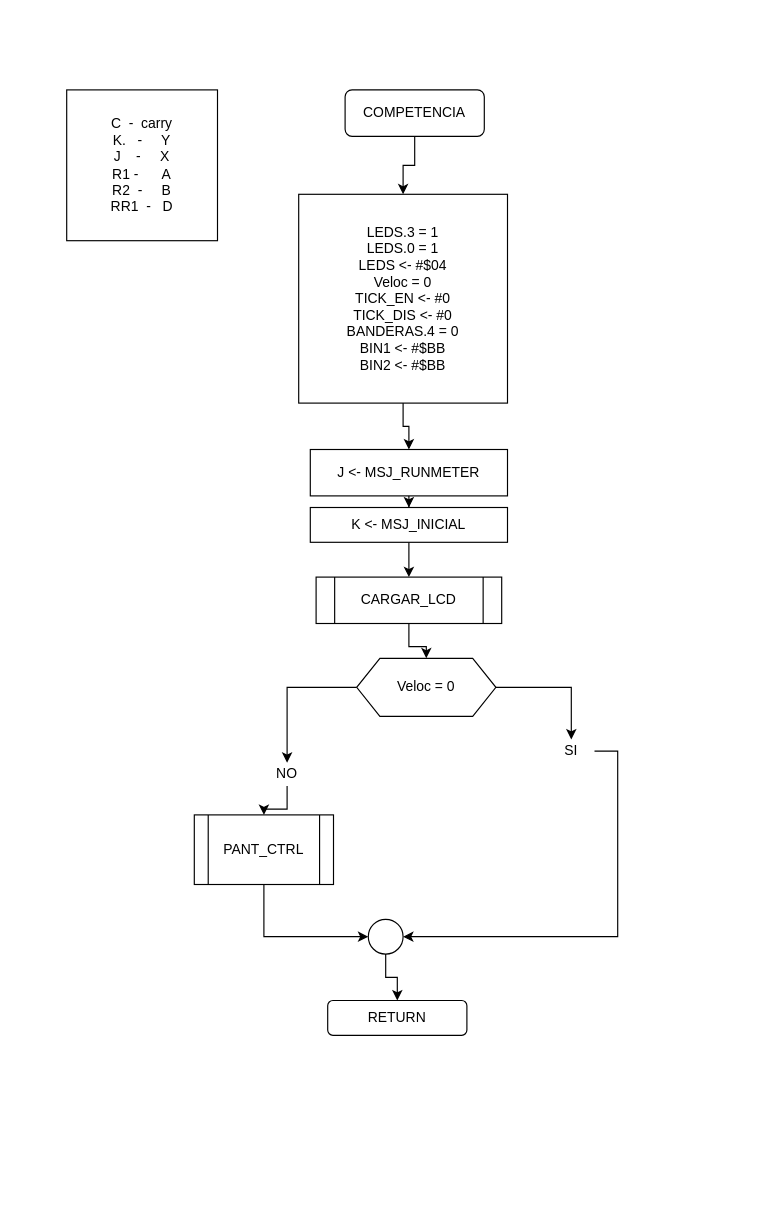
Before: 8_runmeter623/diagrams/18_competencia.drawio in brown9804/Dragon12_MC9S12DP256, a draw.io diagram. Source tidied: cells renumbered, new cells numbered last; positions are measured from the earlier drawing's top-left corner, leaving out a move shared by most shapes. Both pictures are drawn from the tidied source at 116%, with x=0, y=0 at pixel (66, 89).
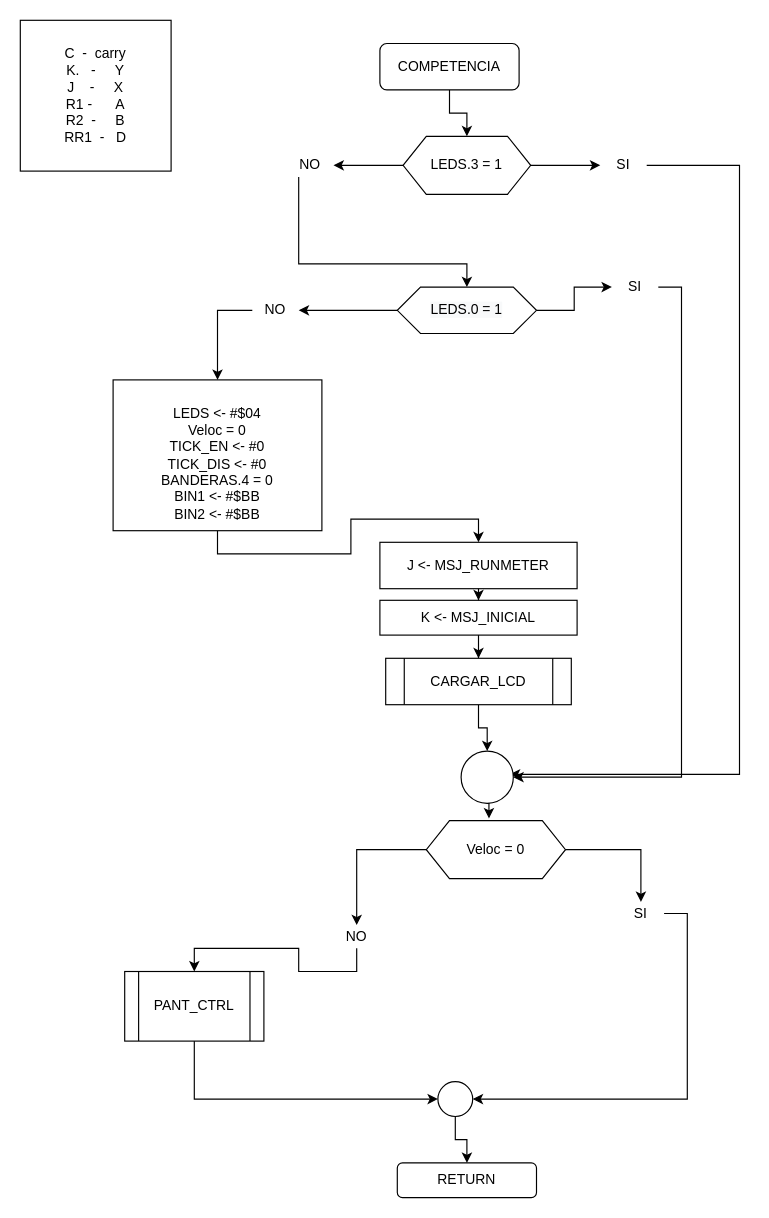
After the change.

What changed in the source:
```diff
@@
-    <mxCell id="2" style="edgeStyle=orthogonalEdgeStyle;rounded=0;jettySize=auto;html=1;exitX=0.5;exitY=1;exitDx=0;exitDy=0;" parent="1" edge="1" source="3" target="5">
-      <mxGeometry relative="1" as="geometry" />
-    </mxCell>
+    <mxCell id="25" style="edgeStyle=orthogonalEdgeStyle;rounded=0;jettySize=auto;html=1;exitX=0.5;exitY=1;exitDx=0;exitDy=0;entryX=0.5;entryY=0;entryDx=0;entryDy=0;" parent="1" edge="1" source="3" target="40">
+      <mxGeometry relative="1" as="geometry" />
+    </mxCell>
     <mxCell id="3" value="COMPETENCIA" style="rounded=1;whiteSpace=wrap;html=1;" parent="1" vertex="1">
-      <mxGeometry x="240" width="120" height="40" as="geometry" />
+      <mxGeometry x="270" y="-40" width="120" height="40" as="geometry" />
     </mxCell>
-    <mxCell id="4" style="edgeStyle=orthogonalEdgeStyle;rounded=0;jettySize=auto;html=1;exitX=0.5;exitY=1;exitDx=0;exitDy=0;" parent="1" edge="1" source="5" target="7">
-      <mxGeometry relative="1" as="geometry" />
-    </mxCell>
-    <mxCell id="5" value="LEDS.3 = 1&lt;br&gt;LEDS.0 = 1&lt;br&gt;LEDS &amp;lt;- #$04&lt;br&gt;Veloc = 0&lt;br&gt;TICK_EN &amp;lt;- #0&lt;br&gt;TICK_DIS &amp;lt;- #0&lt;br&gt;BANDERAS.4 = 0&lt;br&gt;BIN1 &amp;lt;-&amp;nbsp;#$BB&lt;br&gt;BIN2 &amp;lt;- #$BB" style="rounded=0;whiteSpace=wrap;html=1;" parent="1" vertex="1">
-      <mxGeometry x="200" y="90" width="180" height="180" as="geometry" />
-    </mxCell>
+    <mxCell id="26" style="edgeStyle=orthogonalEdgeStyle;rounded=0;jettySize=auto;html=1;exitX=0.5;exitY=1;exitDx=0;exitDy=0;" parent="1" edge="1" source="27" target="7">
+      <mxGeometry relative="1" as="geometry" />
+    </mxCell>
+    <mxCell id="27" value="&lt;br&gt;LEDS &amp;lt;- #$04&lt;br&gt;Veloc = 0&lt;br&gt;TICK_EN &amp;lt;- #0&lt;br&gt;TICK_DIS &amp;lt;- #0&lt;br&gt;BANDERAS.4 = 0&lt;br&gt;BIN1 &amp;lt;-&amp;nbsp;#$BB&lt;br&gt;BIN2 &amp;lt;- #$BB" style="rounded=0;whiteSpace=wrap;html=1;" parent="1" vertex="1">
+      <mxGeometry x="40" y="250" width="180" height="130" as="geometry" />
+    </mxCell>
@@
     <mxCell id="7" value="J &amp;lt;- MSJ_RUNMETER" style="rounded=0;whiteSpace=wrap;html=1;" parent="1" vertex="1">
-      <mxGeometry x="210" y="310" width="170" height="40" as="geometry" />
+      <mxGeometry x="270" y="390" width="170" height="40" as="geometry" />
     </mxCell>
     <mxCell id="8" value="C &amp;nbsp;- &amp;nbsp;carry&lt;br&gt;K. &amp;nbsp; - &amp;nbsp; &amp;nbsp; Y&lt;br&gt;J &amp;nbsp; &amp;nbsp;- &amp;nbsp; &amp;nbsp; X&lt;br&gt;R1 - &amp;nbsp; &amp;nbsp; &amp;nbsp;A&lt;br&gt;R2 &amp;nbsp;- &amp;nbsp; &amp;nbsp; B&lt;br&gt;RR1 &amp;nbsp;- &amp;nbsp; D" style="whiteSpace=wrap;html=1;" parent="1" vertex="1">
-      <mxGeometry width="130" height="130" as="geometry" />
+      <mxGeometry x="-40" y="-60" width="130" height="130" as="geometry" />
     </mxCell>
@@
     <mxCell id="10" value="K &amp;lt;- MSJ_INICIAL" style="rounded=0;whiteSpace=wrap;html=1;" parent="1" vertex="1">
-      <mxGeometry x="210" y="360" width="170" height="30" as="geometry" />
+      <mxGeometry x="270" y="440" width="170" height="30" as="geometry" />
     </mxCell>
-    <mxCell id="11" style="edgeStyle=orthogonalEdgeStyle;rounded=0;jettySize=auto;html=1;exitX=0.5;exitY=1;exitDx=0;exitDy=0;" parent="1" edge="1" source="12" target="16">
-      <mxGeometry relative="1" as="geometry" />
-    </mxCell>
+    <mxCell id="28" style="edgeStyle=orthogonalEdgeStyle;rounded=0;jettySize=auto;html=1;exitX=0.5;exitY=1;exitDx=0;exitDy=0;entryX=0.5;entryY=0;entryDx=0;entryDy=0;" parent="1" edge="1" source="12" target="53">
+      <mxGeometry relative="1" as="geometry" />
+    </mxCell>
     <mxCell id="12" value="CARGAR_LCD" style="shape=process;whiteSpace=wrap;html=1;backgroundOutline=1;" parent="1" vertex="1">
-      <mxGeometry x="215" y="420" width="160" height="40" as="geometry" />
+      <mxGeometry x="275" y="490" width="160" height="40" as="geometry" />
     </mxCell>
     <mxCell id="13" value="RETURN" style="rounded=1;whiteSpace=wrap;html=1;" parent="1" vertex="1">
-      <mxGeometry x="225" y="785" width="120" height="30" as="geometry" />
+      <mxGeometry x="285" y="925" width="120" height="30" as="geometry" />
     </mxCell>
-    <mxCell id="14" style="edgeStyle=orthogonalEdgeStyle;rounded=0;jettySize=auto;html=1;exitX=0;exitY=0.5;exitDx=0;exitDy=0;entryX=0.5;entryY=0;entryDx=0;entryDy=0;" parent="1" edge="1" source="16" target="20">
-      <mxGeometry relative="1" as="geometry" />
-    </mxCell>
-    <mxCell id="15" style="edgeStyle=orthogonalEdgeStyle;rounded=0;jettySize=auto;html=1;exitX=1;exitY=0.5;exitDx=0;exitDy=0;entryX=0.5;entryY=0;entryDx=0;entryDy=0;" parent="1" edge="1" source="16" target="18">
-      <mxGeometry relative="1" as="geometry" />
-    </mxCell>
+    <mxCell id="29" style="edgeStyle=orthogonalEdgeStyle;rounded=0;jettySize=auto;html=1;exitX=0;exitY=0.5;exitDx=0;exitDy=0;entryX=0.5;entryY=0;entryDx=0;entryDy=0;" parent="1" edge="1" source="16" target="34">
+      <mxGeometry relative="1" as="geometry" />
+    </mxCell>
+    <mxCell id="30" style="edgeStyle=orthogonalEdgeStyle;rounded=0;jettySize=auto;html=1;exitX=1;exitY=0.5;exitDx=0;exitDy=0;entryX=0.5;entryY=0;entryDx=0;entryDy=0;" parent="1" edge="1" source="16" target="32">
+      <mxGeometry relative="1" as="geometry" />
+    </mxCell>
     <mxCell id="16" value="Veloc = 0" style="shape=hexagon;perimeter=hexagonPerimeter2;whiteSpace=wrap;html=1;fixedSize=1;" parent="1" vertex="1">
-      <mxGeometry x="250" y="490" width="120" height="50" as="geometry" />
+      <mxGeometry x="310" y="630" width="120" height="50" as="geometry" />
     </mxCell>
-    <mxCell id="17" style="edgeStyle=orthogonalEdgeStyle;rounded=0;jettySize=auto;html=1;exitX=1;exitY=0.5;exitDx=0;exitDy=0;entryX=1;entryY=0.5;entryDx=0;entryDy=0;" parent="1" edge="1" source="18" target="24">
-      <mxGeometry relative="1" as="geometry" />
-    </mxCell>
-    <mxCell id="18" value="SI" style="text;html=1;strokeColor=none;fillColor=none;align=center;verticalAlign=middle;whiteSpace=wrap;rounded=0;" parent="1" vertex="1">
-      <mxGeometry x="415" y="560" width="40" height="20" as="geometry" />
-    </mxCell>
-    <mxCell id="19" style="edgeStyle=orthogonalEdgeStyle;rounded=0;jettySize=auto;html=1;exitX=0.5;exitY=1;exitDx=0;exitDy=0;" parent="1" edge="1" source="20" target="22">
-      <mxGeometry relative="1" as="geometry" />
-    </mxCell>
-    <mxCell id="20" value="NO" style="text;html=1;strokeColor=none;fillColor=none;align=center;verticalAlign=middle;whiteSpace=wrap;rounded=0;" parent="1" vertex="1">
-      <mxGeometry x="170" y="580" width="40" height="20" as="geometry" />
-    </mxCell>
-    <mxCell id="21" style="edgeStyle=orthogonalEdgeStyle;rounded=0;jettySize=auto;html=1;exitX=0.5;exitY=1;exitDx=0;exitDy=0;entryX=0;entryY=0.5;entryDx=0;entryDy=0;" parent="1" edge="1" source="22" target="24">
-      <mxGeometry relative="1" as="geometry" />
-    </mxCell>
+    <mxCell id="31" style="edgeStyle=orthogonalEdgeStyle;rounded=0;jettySize=auto;html=1;exitX=1;exitY=0.5;exitDx=0;exitDy=0;entryX=1;entryY=0.5;entryDx=0;entryDy=0;" parent="1" edge="1" source="32" target="37">
+      <mxGeometry relative="1" as="geometry" />
+    </mxCell>
+    <mxCell id="32" value="SI" style="text;html=1;strokeColor=none;fillColor=none;align=center;verticalAlign=middle;whiteSpace=wrap;rounded=0;" parent="1" vertex="1">
+      <mxGeometry x="475" y="700" width="40" height="20" as="geometry" />
+    </mxCell>
+    <mxCell id="33" style="edgeStyle=orthogonalEdgeStyle;rounded=0;jettySize=auto;html=1;exitX=0.5;exitY=1;exitDx=0;exitDy=0;" parent="1" edge="1" source="34" target="22">
+      <mxGeometry relative="1" as="geometry" />
+    </mxCell>
+    <mxCell id="34" value="NO" style="text;html=1;strokeColor=none;fillColor=none;align=center;verticalAlign=middle;whiteSpace=wrap;rounded=0;" parent="1" vertex="1">
+      <mxGeometry x="230" y="720" width="40" height="20" as="geometry" />
+    </mxCell>
+    <mxCell id="35" style="edgeStyle=orthogonalEdgeStyle;rounded=0;jettySize=auto;html=1;exitX=0.5;exitY=1;exitDx=0;exitDy=0;entryX=0;entryY=0.5;entryDx=0;entryDy=0;" parent="1" edge="1" source="22" target="37">
+      <mxGeometry relative="1" as="geometry" />
+    </mxCell>
     <mxCell id="22" value="PANT_CTRL" style="shape=process;whiteSpace=wrap;html=1;backgroundOutline=1;" parent="1" vertex="1">
-      <mxGeometry x="110" y="625" width="120" height="60" as="geometry" />
+      <mxGeometry x="50" y="760" width="120" height="60" as="geometry" />
     </mxCell>
-    <mxCell id="23" style="edgeStyle=orthogonalEdgeStyle;rounded=0;jettySize=auto;html=1;exitX=0.5;exitY=1;exitDx=0;exitDy=0;" parent="1" edge="1" source="24" target="13">
-      <mxGeometry relative="1" as="geometry" />
-    </mxCell>
-    <mxCell id="24" style="ellipse;whiteSpace=wrap;html=1;" parent="1" vertex="1">
-      <mxGeometry x="260" y="715" width="30" height="30" as="geometry" />
-    </mxCell>
+    <mxCell id="36" style="edgeStyle=orthogonalEdgeStyle;rounded=0;jettySize=auto;html=1;exitX=0.5;exitY=1;exitDx=0;exitDy=0;" parent="1" edge="1" source="37" target="13">
+      <mxGeometry relative="1" as="geometry" />
+    </mxCell>
+    <mxCell id="37" style="ellipse;whiteSpace=wrap;html=1;" parent="1" vertex="1">
+      <mxGeometry x="320" y="855" width="30" height="30" as="geometry" />
+    </mxCell>
+    <mxCell id="38" style="edgeStyle=orthogonalEdgeStyle;rounded=0;jettySize=auto;html=1;" parent="1" edge="1" source="40" target="49">
+      <mxGeometry relative="1" as="geometry" />
+    </mxCell>
+    <mxCell id="39" style="edgeStyle=orthogonalEdgeStyle;rounded=0;jettySize=auto;html=1;exitX=1;exitY=0.5;exitDx=0;exitDy=0;" parent="1" edge="1" source="40" target="47">
+      <mxGeometry relative="1" as="geometry" />
+    </mxCell>
+    <mxCell id="40" value="&lt;span&gt;LEDS.3 = 1&lt;/span&gt;" style="shape=hexagon;perimeter=hexagonPerimeter2;whiteSpace=wrap;html=1;fixedSize=1;" parent="1" vertex="1">
+      <mxGeometry x="290" y="40" width="110" height="50" as="geometry" />
+    </mxCell>
+    <mxCell id="41" style="edgeStyle=orthogonalEdgeStyle;rounded=0;jettySize=auto;html=1;exitX=0;exitY=0.5;exitDx=0;exitDy=0;" parent="1" edge="1" source="43" target="51">
+      <mxGeometry relative="1" as="geometry" />
+    </mxCell>
+    <mxCell id="42" style="edgeStyle=orthogonalEdgeStyle;rounded=0;jettySize=auto;html=1;exitX=1;exitY=0.5;exitDx=0;exitDy=0;entryX=0;entryY=0.5;entryDx=0;entryDy=0;" parent="1" edge="1" source="43" target="45">
+      <mxGeometry relative="1" as="geometry" />
+    </mxCell>
+    <mxCell id="43" value="&lt;span style=&quot;color: rgb(0, 0, 0); font-family: helvetica; font-size: 12px; font-style: normal; font-weight: normal; letter-spacing: normal; text-align: center; text-indent: 0px; text-transform: none; word-spacing: 0px; background-color: rgb(248, 249, 250); text-decoration: none; display: inline; float: none;&quot;&gt;LEDS.0 = 1&lt;/span&gt;" style="shape=hexagon;perimeter=hexagonPerimeter2;whiteSpace=wrap;html=1;fixedSize=1;" parent="1" vertex="1">
+      <mxGeometry x="285" y="170" width="120" height="40" as="geometry" />
+    </mxCell>
+    <mxCell id="44" style="edgeStyle=orthogonalEdgeStyle;rounded=0;jettySize=auto;html=1;exitX=1;exitY=0.5;exitDx=0;exitDy=0;entryX=1;entryY=0.5;entryDx=0;entryDy=0;" parent="1" edge="1" source="45" target="53">
+      <mxGeometry relative="1" as="geometry" />
+    </mxCell>
+    <mxCell id="45" value="SI" style="text;html=1;strokeColor=none;fillColor=none;align=center;verticalAlign=middle;whiteSpace=wrap;rounded=0;" parent="1" vertex="1">
+      <mxGeometry x="470" y="160" width="40" height="20" as="geometry" />
+    </mxCell>
+    <mxCell id="46" style="edgeStyle=orthogonalEdgeStyle;rounded=0;jettySize=auto;html=1;exitX=1;exitY=0.5;exitDx=0;exitDy=0;" parent="1" edge="1" source="47">
+      <mxGeometry relative="1" as="geometry">
+        <mxPoint x="382" y="590" as="targetPoint" />
+        <Array as="points">
+          <mxPoint x="580" y="65" />
+          <mxPoint x="580" y="590" />
+        </Array>
+      </mxGeometry>
+    </mxCell>
+    <mxCell id="47" value="SI" style="text;html=1;strokeColor=none;fillColor=none;align=center;verticalAlign=middle;whiteSpace=wrap;rounded=0;" parent="1" vertex="1">
+      <mxGeometry x="460" y="55" width="40" height="20" as="geometry" />
+    </mxCell>
+    <mxCell id="48" style="edgeStyle=orthogonalEdgeStyle;rounded=0;jettySize=auto;html=1;entryX=0.5;entryY=0;entryDx=0;entryDy=0;" parent="1" edge="1" source="49" target="43">
+      <mxGeometry relative="1" as="geometry">
+        <Array as="points">
+          <mxPoint x="200" y="150" />
+        </Array>
+      </mxGeometry>
+    </mxCell>
+    <mxCell id="49" value="NO" style="text;html=1;strokeColor=none;fillColor=none;align=center;verticalAlign=middle;whiteSpace=wrap;rounded=0;" parent="1" vertex="1">
+      <mxGeometry x="190" y="55" width="40" height="20" as="geometry" />
+    </mxCell>
+    <mxCell id="50" style="edgeStyle=orthogonalEdgeStyle;rounded=0;jettySize=auto;html=1;exitX=0;exitY=0.5;exitDx=0;exitDy=0;entryX=0.5;entryY=0;entryDx=0;entryDy=0;" parent="1" edge="1" source="51" target="27">
+      <mxGeometry relative="1" as="geometry" />
+    </mxCell>
+    <mxCell id="51" value="NO" style="text;html=1;strokeColor=none;fillColor=none;align=center;verticalAlign=middle;whiteSpace=wrap;rounded=0;" parent="1" vertex="1">
+      <mxGeometry x="160" y="180" width="40" height="20" as="geometry" />
+    </mxCell>
+    <mxCell id="52" style="edgeStyle=orthogonalEdgeStyle;rounded=0;jettySize=auto;html=1;exitX=0.5;exitY=1;exitDx=0;exitDy=0;entryX=0.45;entryY=-0.04;entryDx=0;entryDy=0;entryPerimeter=0;" parent="1" edge="1" source="53" target="16">
+      <mxGeometry relative="1" as="geometry" />
+    </mxCell>
+    <mxCell id="53" style="ellipse;whiteSpace=wrap;html=1;" parent="1" vertex="1">
+      <mxGeometry x="340" y="570" width="45" height="45" as="geometry" />
+    </mxCell>
```
